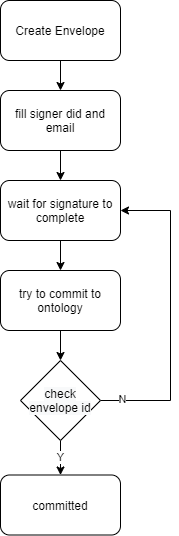
qiluge/docusign-java-client keeps this draw.io diagram as process.png. Above is the earlier version. Source tidied: cells renumbered, new cells last; positions are measured from the earlier drawing's top-left corner, leaving out a move shared by most shapes.
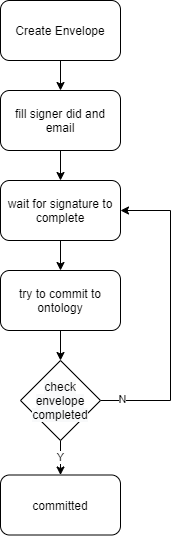
The same file after the commit.

The edit, as a diff of the source:
```diff
@@ -40,7 +40,7 @@
     <mxCell id="12" value="N" style="edgeLabel;html=1;align=center;verticalAlign=middle;" parent="11" vertex="1">
       <mxGeometry x="-0.87" y="2" relative="1" as="geometry" />
     </mxCell>
-    <mxCell id="13" value="&#10;&#10;&lt;span style=&quot;color: rgb(0, 0, 0); font-family: helvetica; font-size: 12px; font-style: normal; font-weight: 400; letter-spacing: normal; text-align: center; text-indent: 0px; text-transform: none; word-spacing: 0px; background-color: rgb(248, 249, 250); display: inline; float: none;&quot;&gt;check envelope id&lt;/span&gt;&#10;&#10;" style="rhombus;whiteSpace=wrap;html=1;" parent="1" vertex="1">
+    <mxCell id="13" value="&lt;span style=&quot;color: rgb(0 , 0 , 0) ; font-family: &amp;#34;helvetica&amp;#34; ; font-size: 12px ; font-style: normal ; font-weight: 400 ; letter-spacing: normal ; text-align: center ; text-indent: 0px ; text-transform: none ; word-spacing: 0px ; background-color: rgb(248 , 249 , 250) ; display: inline ; float: none&quot;&gt;check envelope completed&lt;/span&gt;" style="rhombus;whiteSpace=wrap;html=1;" parent="1" vertex="1">
       <mxGeometry x="20" y="360" width="80" height="80" as="geometry" />
     </mxCell>
     <mxCell id="14" value="committed" style="rounded=1;whiteSpace=wrap;html=1;" parent="1" vertex="1">
```
